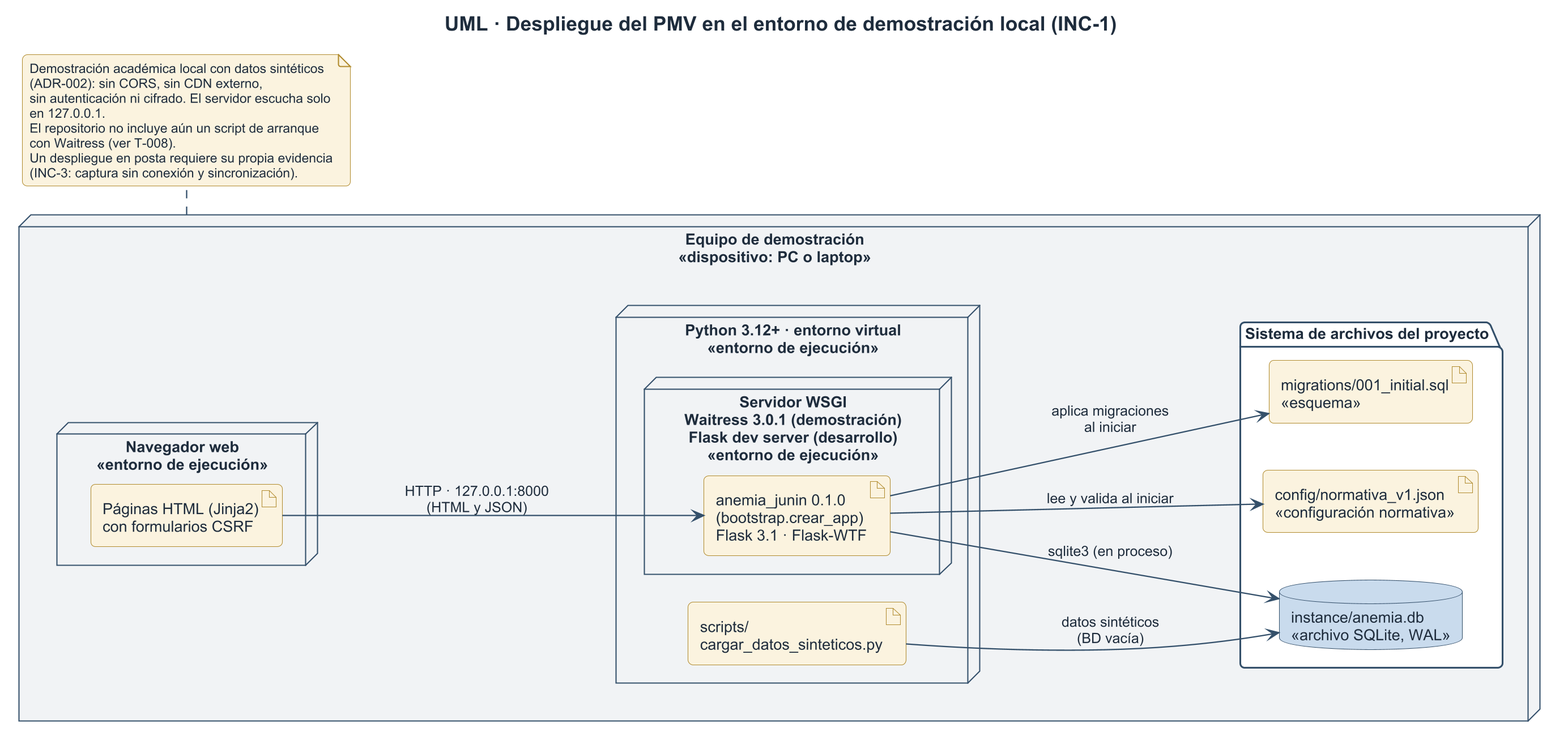
woshtsu/ProcesosSoftwareAnemia keeps this PlantUML diagram as diagramas/png/07_despliegue.png. Above is the earlier version. Its diagram source:
```plantuml
@startuml 07_despliegue
skinparamlocked dpi 200
!include _tema.puml
left to right direction
title UML · Despliegue del PMV en el entorno de demostración local (INC-1)

node "Equipo de demostración\n<<dispositivo: PC o laptop>>" as equipo {
  node "Navegador web\n<<entorno de ejecución>>" as nav {
    artifact "Páginas HTML (Jinja2)\ncon formularios CSRF" as html
  }
  node "Python 3.12+ · entorno virtual\n<<entorno de ejecución>>" as py {
    node "Servidor WSGI\nWaitress 3.0.1 (demostración)\nFlask dev server (desarrollo)\n<<entorno de ejecución>>" as wsgi {
      artifact "anemia_junin 0.1.0\n(bootstrap.crear_app)\nFlask 3.1 · Flask-WTF" as app
    }
    artifact "scripts/\ncargar_datos_sinteticos.py" as seed
  }
  folder "Sistema de archivos del proyecto" as fs {
    database "instance/anemia.db\n<<archivo SQLite, WAL>>" as db
    artifact "config/normativa_v1.json\n<<configuración normativa>>" as norma
    artifact "migrations/001_initial.sql\n<<esquema>>" as sql
  }
}

html --> app : HTTP · 127.0.0.1:8000\n(HTML y JSON)
app --> db : sqlite3 (en proceso)
app --> norma : lee y valida al iniciar
app --> sql : aplica migraciones\nal iniciar
seed --> db : datos sintéticos\n(BD vacía)

note bottom of equipo
  Demostración académica local con datos sintéticos (ADR-002): sin CORS, sin CDN externo,
  sin autenticación ni cifrado. El servidor escucha solo en 127.0.0.1.
  El repositorio no incluye aún un script de arranque con Waitress (ver T-008).
  Un despliegue en posta requiere su propia evidencia (INC-3: captura sin conexión y sincronización).
end note
@enduml
```
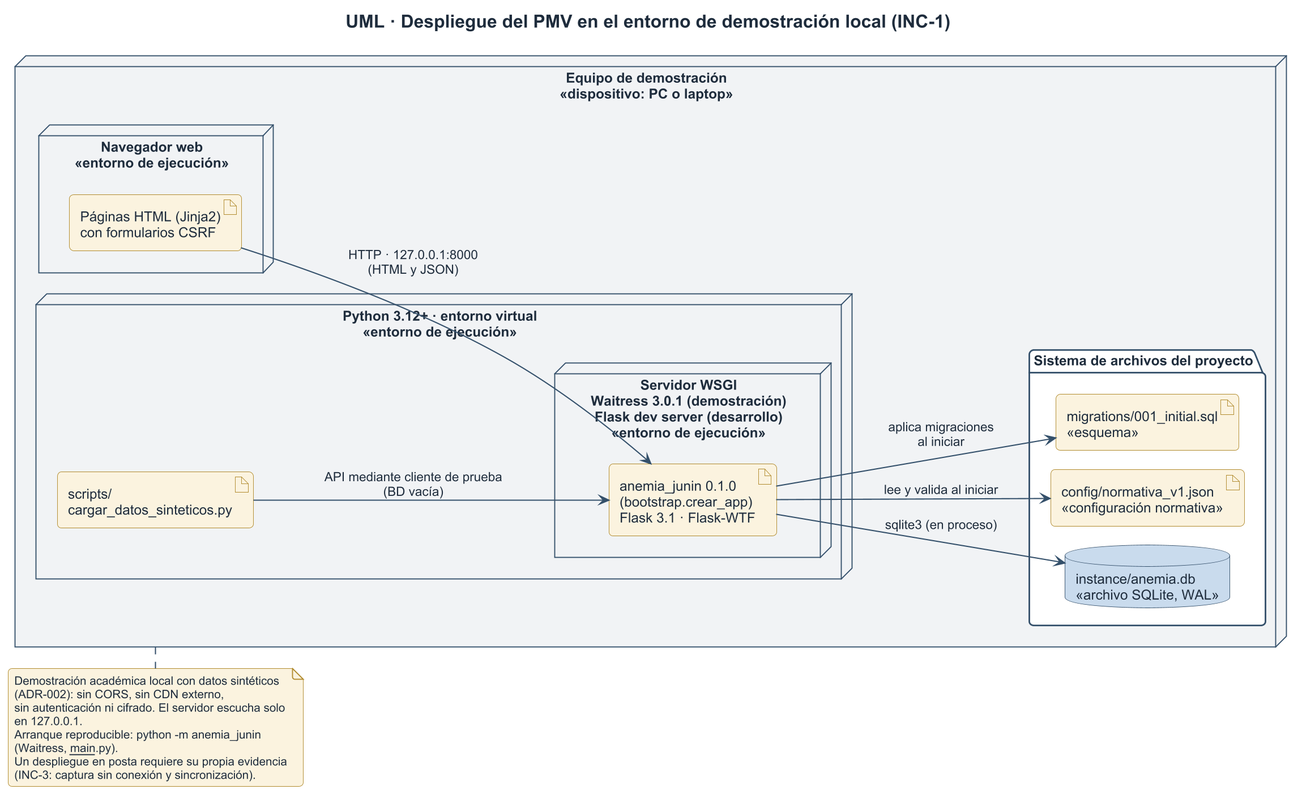
After the commit.

Diff of the diagram source:
```diff
@@ -1,5 +1,5 @@
 @startuml 07_despliegue
-skinparamlocked dpi 200
+skinparamlocked dpi 180
 !include _tema.puml
 left to right direction
 title UML · Despliegue del PMV en el entorno de demostración local (INC-1)
@@ -25,12 +25,12 @@
 app --> db : sqlite3 (en proceso)
 app --> norma : lee y valida al iniciar
 app --> sql : aplica migraciones\nal iniciar
-seed --> db : datos sintéticos\n(BD vacía)
+seed --> app : API mediante cliente de prueba\n(BD vacía)
 
 note bottom of equipo
   Demostración académica local con datos sintéticos (ADR-002): sin CORS, sin CDN externo,
   sin autenticación ni cifrado. El servidor escucha solo en 127.0.0.1.
-  El repositorio no incluye aún un script de arranque con Waitress (ver T-008).
+  Arranque reproducible: python -m anemia_junin (Waitress, __main__.py).
   Un despliegue en posta requiere su propia evidencia (INC-3: captura sin conexión y sincronización).
 end note
 @enduml
```
